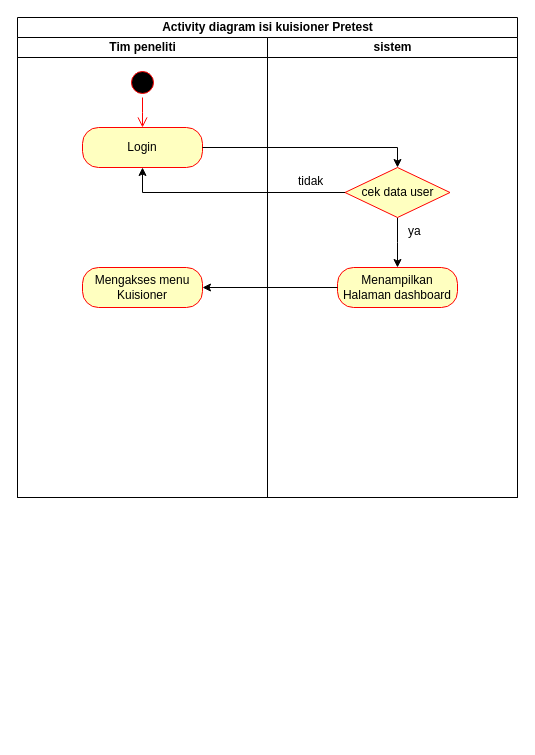
Above: Activity_diagram_isi_pretest.drawio in zzarr/Tugas-Akhir (draw.io), before the change. Source tidied: cells renumbered, new cells numbered last; positions are measured from the earlier drawing's top-left corner, leaving out a move shared by most shapes. Both pictures are drawn from the tidied source at 100%, with x=0, y=0 at pixel (17, 17).
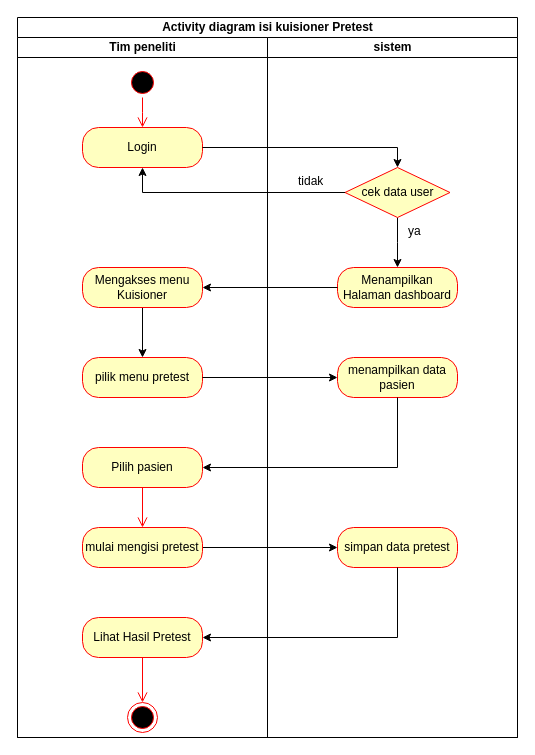
The same page after the edit.

Unchanged cells that the change refers to:
```xml
<mxCell id="7" value="Mengakses menu Kuisioner" style="rounded=1;whiteSpace=wrap;html=1;arcSize=40;fontColor=#000000;fillColor=#ffffc0;strokeColor=#ff0000;" parent="3" vertex="1">
  <mxGeometry x="65" y="230" width="120" height="40" as="geometry" />
</mxCell>
```

What changed in the source:
```diff
@@
     <mxCell id="2" value="Activity diagram isi kuisioner Pretest" style="swimlane;startSize=20;html=1;" parent="1" vertex="1">
-      <mxGeometry width="500" height="480" as="geometry" />
+      <mxGeometry width="500" height="720" as="geometry" />
     </mxCell>
     <mxCell id="3" value="Tim peneliti" style="swimlane;startSize=20;html=1;" parent="2" vertex="1">
-      <mxGeometry y="20" width="250" height="460" as="geometry" />
+      <mxGeometry y="20" width="250" height="700" as="geometry" />
     </mxCell>
@@
+    <mxCell id="17" style="edgeStyle=orthogonalEdgeStyle;rounded=0;jettySize=auto;html=1;exitX=0.5;exitY=1;exitDx=0;exitDy=0;entryX=0.5;entryY=0;entryDx=0;entryDy=0;" parent="3" edge="1" source="7" target="18">
+      <mxGeometry relative="1" as="geometry" />
+    </mxCell>
@@
+    <mxCell id="18" value="pilik menu pretest" style="rounded=1;whiteSpace=wrap;html=1;arcSize=40;fontColor=#000000;fillColor=#ffffc0;strokeColor=#ff0000;" parent="3" vertex="1">
+      <mxGeometry x="65" y="320" width="120" height="40" as="geometry" />
+    </mxCell>
+    <mxCell id="19" value="Pilih pasien" style="rounded=1;whiteSpace=wrap;html=1;arcSize=40;fontColor=#000000;fillColor=#ffffc0;strokeColor=#ff0000;" parent="3" vertex="1">
+      <mxGeometry x="65" y="410" width="120" height="40" as="geometry" />
+    </mxCell>
+    <mxCell id="20" value="Lihat Hasil Pretest" style="rounded=1;whiteSpace=wrap;html=1;arcSize=40;fontColor=#000000;fillColor=#ffffc0;strokeColor=#ff0000;" parent="3" vertex="1">
+      <mxGeometry x="65" y="580" width="120" height="40" as="geometry" />
+    </mxCell>
     <mxCell id="8" value="sistem" style="swimlane;startSize=20;html=1;" parent="2" vertex="1">
-      <mxGeometry x="250" y="20" width="250" height="460" as="geometry" />
+      <mxGeometry x="250" y="20" width="250" height="700" as="geometry" />
     </mxCell>
@@
+    <mxCell id="21" value="menampilkan data pasien" style="rounded=1;whiteSpace=wrap;html=1;arcSize=40;fontColor=#000000;fillColor=#ffffc0;strokeColor=#ff0000;" parent="8" vertex="1">
+      <mxGeometry x="70" y="320" width="120" height="40" as="geometry" />
+    </mxCell>
+    <mxCell id="22" value="simpan data pretest" style="rounded=1;whiteSpace=wrap;html=1;arcSize=40;fontColor=#000000;fillColor=#ffffc0;strokeColor=#ff0000;" parent="8" vertex="1">
+      <mxGeometry x="70" y="490" width="120" height="40" as="geometry" />
+    </mxCell>
@@
+    <mxCell id="23" style="edgeStyle=orthogonalEdgeStyle;rounded=0;jettySize=auto;html=1;exitX=1;exitY=0.5;exitDx=0;exitDy=0;" parent="2" edge="1" source="18" target="21">
+      <mxGeometry relative="1" as="geometry" />
+    </mxCell>
+    <mxCell id="24" style="edgeStyle=orthogonalEdgeStyle;rounded=0;jettySize=auto;html=1;exitX=0.5;exitY=1;exitDx=0;exitDy=0;entryX=1;entryY=0.5;entryDx=0;entryDy=0;" parent="2" edge="1" source="21" target="19">
+      <mxGeometry relative="1" as="geometry" />
+    </mxCell>
+    <mxCell id="25" style="edgeStyle=orthogonalEdgeStyle;rounded=0;jettySize=auto;html=1;exitX=0.5;exitY=1;exitDx=0;exitDy=0;entryX=1;entryY=0.5;entryDx=0;entryDy=0;" parent="2" edge="1" source="22" target="20">
+      <mxGeometry relative="1" as="geometry" />
+    </mxCell>
+    <mxCell id="26" style="edgeStyle=orthogonalEdgeStyle;rounded=0;jettySize=auto;html=1;exitX=1;exitY=0.5;exitDx=0;exitDy=0;entryX=0;entryY=0.5;entryDx=0;entryDy=0;" parent="1" edge="1" source="27" target="22">
+      <mxGeometry relative="1" as="geometry" />
+    </mxCell>
+    <mxCell id="27" value="mulai mengisi pretest" style="rounded=1;whiteSpace=wrap;html=1;arcSize=40;fontColor=#000000;fillColor=#ffffc0;strokeColor=#ff0000;" parent="1" vertex="1">
+      <mxGeometry x="65" y="510" width="120" height="40" as="geometry" />
+    </mxCell>
+    <mxCell id="28" style="edgeStyle=orthogonalEdgeStyle;html=1;verticalAlign=bottom;endArrow=open;endSize=8;strokeColor=#ff0000;rounded=0;" parent="1" edge="1" source="19" target="27">
+      <mxGeometry relative="1" as="geometry" />
+    </mxCell>
+    <mxCell id="29" style="ellipse;html=1;shape=endState;fillColor=#000000;strokeColor=#ff0000;" parent="1" vertex="1">
+      <mxGeometry x="110" y="685" width="30" height="30" as="geometry" />
+    </mxCell>
+    <mxCell id="30" style="edgeStyle=orthogonalEdgeStyle;html=1;verticalAlign=bottom;endArrow=open;endSize=8;strokeColor=#ff0000;rounded=0;" parent="1" edge="1" source="20" target="29">
+      <mxGeometry relative="1" as="geometry" />
+    </mxCell>
```
